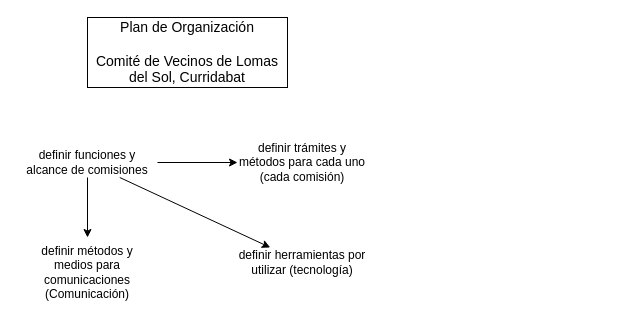
calang/comite-lds keeps this draw.io diagram as docs/plan_de_organización.drawio. Above is the earlier version. Source tidied: cells renumbered, new cells numbered last; positions are measured from the earlier drawing's top-left corner, leaving out a move shared by most shapes. Both pictures are drawn from the tidied source at 100%, with x=0, y=0 at pixel (17, 17).
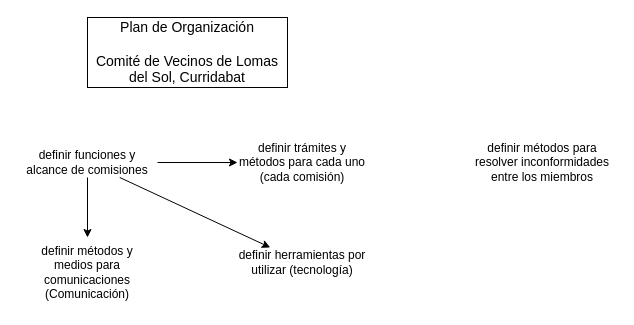
The same diagram, later.

The edit, as a diff of the source:
```diff
@@
 <mxGraphModel>
   <root>
     <mxCell id="0" />
     <mxCell id="1" parent="0" />
     <mxCell id="2" value="&lt;font style=&quot;font-size: 14px;&quot;&gt;Plan de Organización&lt;/font&gt;&lt;div&gt;&lt;font style=&quot;font-size: 14px;&quot;&gt;&lt;br&gt;&lt;/font&gt;&lt;div&gt;&lt;font style=&quot;font-size: 14px;&quot;&gt;Comité de Vecinos de Lomas del Sol, Curridabat&lt;/font&gt;&lt;/div&gt;&lt;/div&gt;" style="text;html=1;align=center;verticalAlign=middle;whiteSpace=wrap;rounded=0;strokeColor=default;" parent="1" vertex="1">
       <mxGeometry x="70" width="200" height="70" as="geometry" />
     </mxCell>
     <mxCell id="3" value="definir funciones y alcance de comisiones" style="text;html=1;align=center;verticalAlign=middle;whiteSpace=wrap;rounded=0;" parent="1" vertex="1">
       <mxGeometry y="130" width="140" height="30" as="geometry" />
     </mxCell>
     <mxCell id="4" value="definir métodos y medios para comunicaciones&lt;div&gt;(Comunicación)&lt;/div&gt;" style="text;html=1;align=center;verticalAlign=middle;whiteSpace=wrap;rounded=0;" parent="1" vertex="1">
       <mxGeometry x="20" y="220" width="100" height="70" as="geometry" />
     </mxCell>
     <mxCell id="5" value="definir trámites y métodos para cada uno&lt;div&gt;(cada comisión)&lt;/div&gt;" style="text;html=1;align=center;verticalAlign=middle;whiteSpace=wrap;rounded=0;" parent="1" vertex="1">
       <mxGeometry x="220" y="130" width="130" height="30" as="geometry" />
     </mxCell>
     <mxCell id="6" value="definir herramientas por utilizar (tecnología)" style="text;html=1;align=center;verticalAlign=middle;whiteSpace=wrap;rounded=0;" parent="1" vertex="1">
       <mxGeometry x="215" y="230" width="140" height="30" as="geometry" />
     </mxCell>
     <mxCell id="7" style="endArrow=classic;html=1;rounded=0;" parent="1" edge="1" source="3" target="6">
       <mxGeometry relative="1" as="geometry" />
     </mxCell>
     <mxCell id="8" style="endArrow=classic;html=1;rounded=0;" parent="1" edge="1" source="3" target="4">
       <mxGeometry relative="1" as="geometry" />
     </mxCell>
     <mxCell id="9" style="endArrow=classic;html=1;rounded=0;" parent="1" edge="1" source="3" target="5">
       <mxGeometry relative="1" as="geometry" />
     </mxCell>
+    <mxCell id="10" value="definir métodos para resolver inconformidades entre los miembros" style="text;html=1;whiteSpace=wrap;strokeColor=none;fillColor=none;align=center;verticalAlign=middle;rounded=0;" parent="1" vertex="1">
+      <mxGeometry x="450" y="120" width="150" height="50" as="geometry" />
+    </mxCell>
   </root>
 </mxGraphModel>
```
